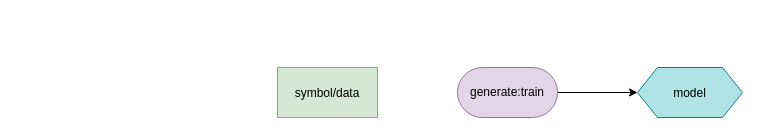
Earlier version of the draw.io diagram demo.drawio (zonnesmit/thesis). Source tidied: cells renumbered, new cells numbered last; positions are measured from the earlier drawing's top-left corner, leaving out a move shared by most shapes. Both pictures are drawn from the tidied source at 100%, with x=0, y=0 at pixel (277, 67).
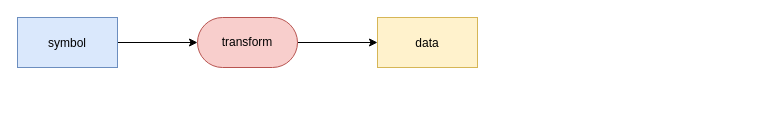
The same diagram, later.

What changed in the source:
```diff
@@
 <mxGraphModel>
   <root>
     <mxCell id="0" />
     <mxCell id="1" parent="0" />
-    <mxCell id="2" style="edgeStyle=orthogonalEdgeStyle;rounded=0;jettySize=auto;html=1;exitX=1;exitY=0.5;exitDx=0;exitDy=0;entryX=0;entryY=0.5;entryDx=0;entryDy=0;" parent="1" edge="1" source="3" target="4">
-      <mxGeometry relative="1" as="geometry" />
-    </mxCell>
-    <mxCell id="3" value="generate:train" style="rounded=1;whiteSpace=wrap;html=1;arcSize=50;fillColor=#e1d5e7;strokeColor=#9673a6;" parent="1" vertex="1">
-      <mxGeometry x="180" width="100" height="50" as="geometry" />
-    </mxCell>
-    <mxCell id="4" value="model" style="shape=hexagon;perimeter=hexagonPerimeter2;fillColor=#b0e3e6;strokeColor=#0e8088;size=0.19047619047619047;" parent="1" vertex="1">
-      <mxGeometry x="360" width="105" height="50" as="geometry" />
-    </mxCell>
-    <mxCell id="5" value="symbol/data" style="rectangle;fillColor=#d5e8d4;strokeColor=#82b366;" parent="1" vertex="1">
-      <mxGeometry width="100" height="50" as="geometry" />
-    </mxCell>
+    <mxCell id="6" style="edgeStyle=orthogonalEdgeStyle;rounded=0;jettySize=auto;html=1;exitX=1;exitY=0.5;exitDx=0;exitDy=0;entryX=0;entryY=0.5;entryDx=0;entryDy=0;" parent="1" edge="1" source="7" target="8">
+      <mxGeometry relative="1" as="geometry" />
+    </mxCell>
+    <mxCell id="7" value="transform" style="rounded=1;whiteSpace=wrap;html=1;arcSize=50;fillColor=#f8cecc;strokeColor=#b85450;" parent="1" vertex="1">
+      <mxGeometry x="-80" y="-50" width="100" height="50" as="geometry" />
+    </mxCell>
+    <mxCell id="8" value="data" style="rectangle;fillColor=#fff2cc;strokeColor=#d6b656;" parent="1" vertex="1">
+      <mxGeometry x="100" y="-50" width="100" height="50" as="geometry" />
+    </mxCell>
+    <mxCell id="9" style="edgeStyle=orthogonalEdgeStyle;rounded=0;jettySize=auto;html=1;entryX=0;entryY=0.5;entryDx=0;entryDy=0;" parent="1" edge="1" source="10" target="7">
+      <mxGeometry relative="1" as="geometry" />
+    </mxCell>
+    <mxCell id="10" value="symbol" style="rectangle;fillColor=#dae8fc;strokeColor=#6c8ebf;" parent="1" vertex="1">
+      <mxGeometry x="-260" y="-50" width="100" height="50" as="geometry" />
+    </mxCell>
   </root>
 </mxGraphModel>
```
